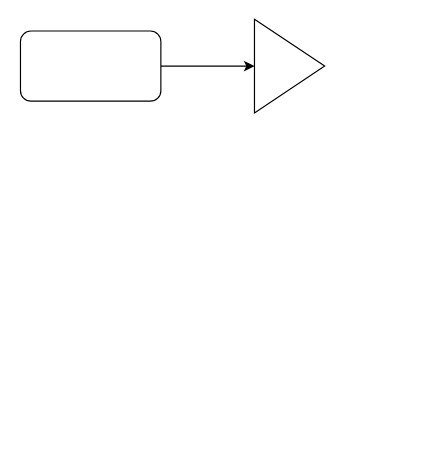
Before: BT PT下载.drawio in guchangchu/SomeKnowledge, a draw.io diagram. Source tidied: cells renumbered, new cells numbered last; positions are measured from the earlier drawing's top-left corner, leaving out a move shared by most shapes. Both pictures are drawn from the tidied source at 117%, with x=0, y=0 at pixel (20, 19).
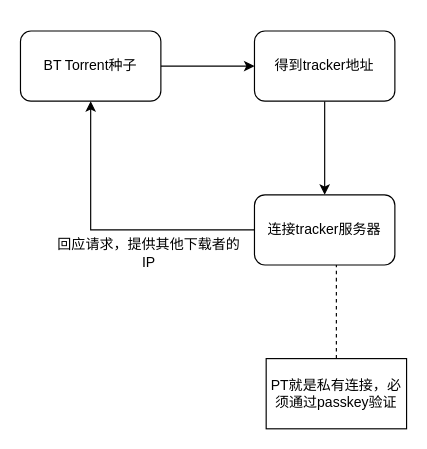
Above is the later version.

The edit, as a diff of the source:
```diff
@@
 <mxGraphModel>
   <root>
     <mxCell id="0" />
     <mxCell id="1" parent="0" />
-    <mxCell id="2" style="edgeStyle=orthogonalEdgeStyle;rounded=0;jettySize=auto;html=1;exitX=1;exitY=0.5;exitDx=0;exitDy=0;entryX=0;entryY=0.5;entryDx=0;entryDy=0;" parent="1" edge="1" source="3" target="4">
-      <mxGeometry relative="1" as="geometry" />
+    <mxCell id="2" style="edgeStyle=orthogonalEdgeStyle;rounded=0;jettySize=auto;html=1;exitX=1;exitY=0.5;exitDx=0;exitDy=0;entryX=0;entryY=0.5;entryDx=0;entryDy=0;" parent="1" edge="1" source="3">
+      <mxGeometry relative="1" as="geometry">
+        <mxPoint x="200" y="40" as="targetPoint" />
+      </mxGeometry>
     </mxCell>
-    <mxCell id="3" style="rounded=1;whiteSpace=wrap;html=1;" parent="1" vertex="1">
+    <mxCell id="3" value="BT Torrent种子" style="rounded=1;whiteSpace=wrap;html=1;" parent="1" vertex="1">
       <mxGeometry y="10" width="120" height="60" as="geometry" />
     </mxCell>
-    <mxCell id="4" style="triangle;whiteSpace=wrap;html=1;" parent="1" vertex="1">
-      <mxGeometry x="200" width="60" height="80" as="geometry" />
-    </mxCell>
+    <mxCell id="5" style="edgeStyle=orthogonalEdgeStyle;rounded=0;jettySize=auto;html=1;" parent="1" edge="1" source="6" target="8">
+      <mxGeometry relative="1" as="geometry" />
+    </mxCell>
+    <mxCell id="6" value="得到tracker地址" style="rounded=1;whiteSpace=wrap;html=1;" parent="1" vertex="1">
+      <mxGeometry x="200" y="10" width="120" height="60" as="geometry" />
+    </mxCell>
+    <mxCell id="7" style="edgeStyle=orthogonalEdgeStyle;rounded=0;jettySize=auto;html=1;exitX=0;exitY=0.5;exitDx=0;exitDy=0;" parent="1" edge="1" source="8" target="3">
+      <mxGeometry relative="1" as="geometry" />
+    </mxCell>
+    <mxCell id="8" value="连接tracker服务器" style="rounded=1;whiteSpace=wrap;html=1;" parent="1" vertex="1">
+      <mxGeometry x="200" y="150" width="120" height="60" as="geometry" />
+    </mxCell>
+    <mxCell id="9" value="回应请求，提供其他下载者的IP" style="text;html=1;strokeColor=none;fillColor=none;align=center;verticalAlign=middle;whiteSpace=wrap;rounded=0;" parent="1" vertex="1">
+      <mxGeometry x="30" y="190" width="160" height="20" as="geometry" />
+    </mxCell>
+    <mxCell id="10" style="endArrow=none;dashed=1;html=1;" parent="1" edge="1">
+      <mxGeometry relative="1" as="geometry">
+        <mxPoint x="270" y="290" as="sourcePoint" />
+        <mxPoint x="270" y="210" as="targetPoint" />
+      </mxGeometry>
+    </mxCell>
+    <mxCell id="11" value="PT就是私有连接，必须通过passkey验证" style="rounded=0;whiteSpace=wrap;html=1;" parent="1" vertex="1">
+      <mxGeometry x="210" y="290" width="120" height="60" as="geometry" />
+    </mxCell>
   </root>
 </mxGraphModel>
```
